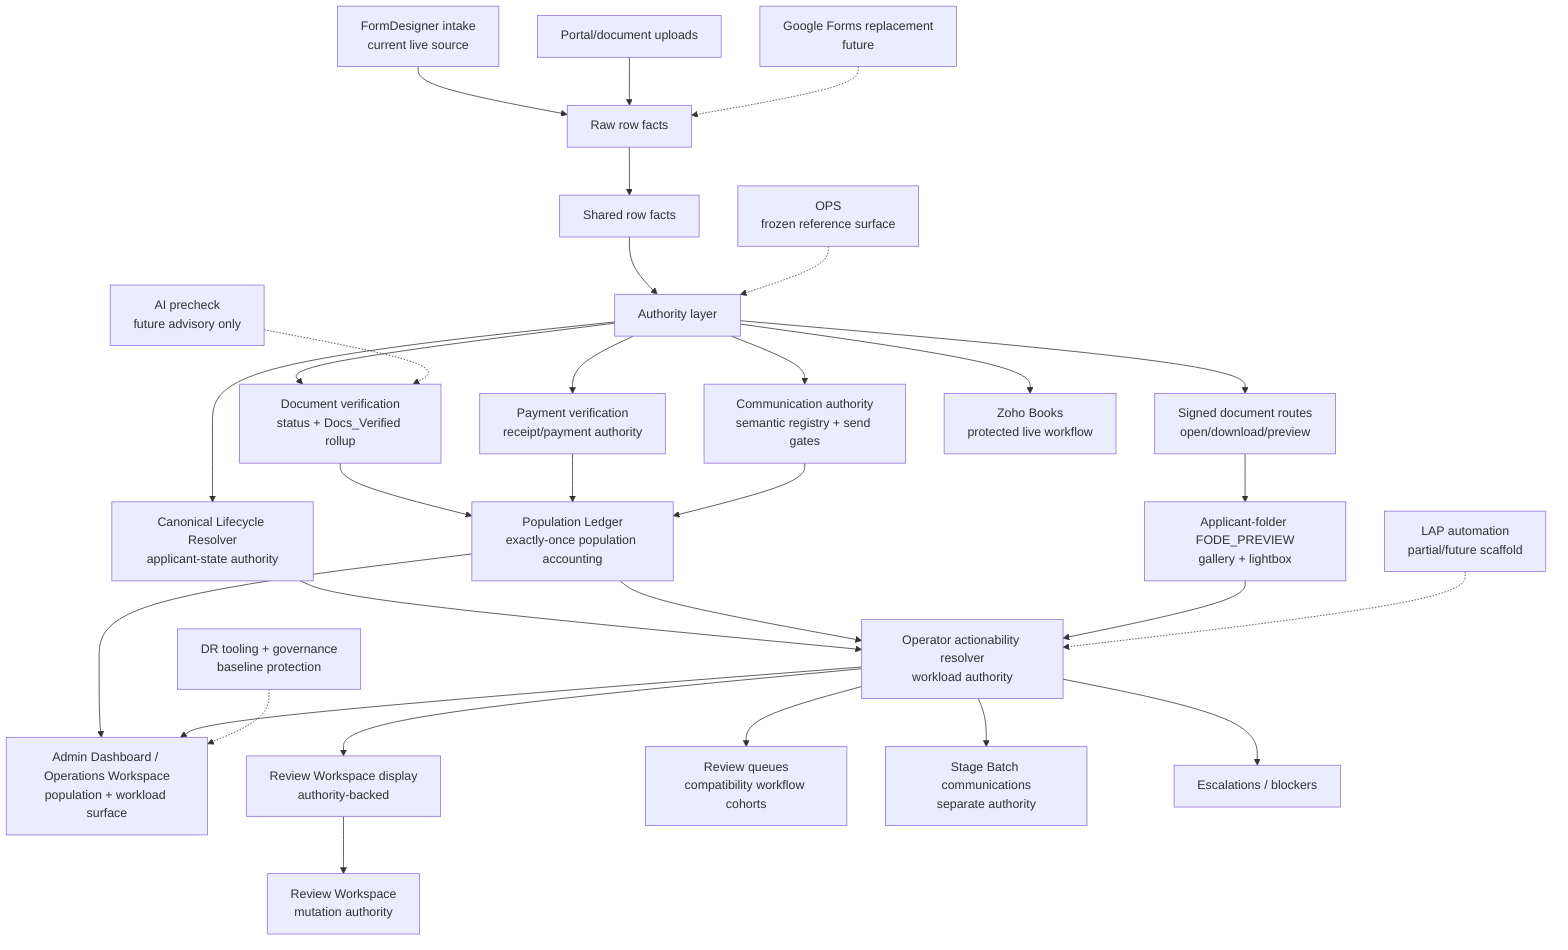
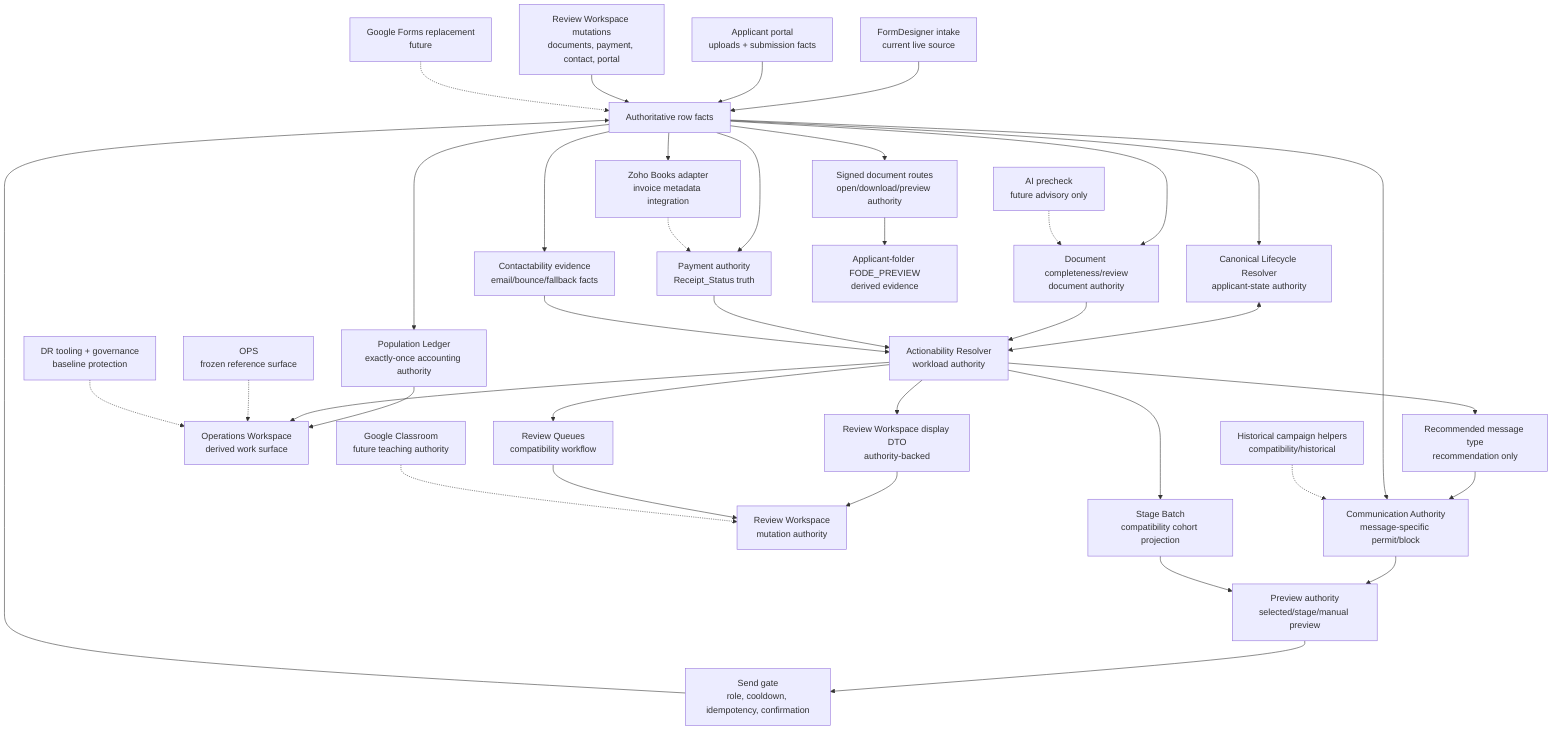
flowchart TD
-   FD["FormDesigner intake<br/>current live source"] --> RF["Raw row facts"]
-   PORTAL["Portal/document uploads"] --> RF
+   FD["FormDesigner intake<br/>current live source"] --> RF["Authoritative row facts"]
+   PORTAL["Applicant portal<br/>uploads + submission facts"] --> RF
+   REVIEWM["Review Workspace mutations<br/>documents, payment, contact, portal"] --> RF
  GF["Google Forms replacement<br/>future"] -.-> RF

-   RF --> SF["Shared row facts"]
-   SF --> AUTH["Authority layer"]
+   RF --> LIFE["Canonical Lifecycle Resolver<br/>applicant-state authority"]
+   RF --> DOC["Document completeness/review<br/>document authority"]
+   RF --> PAY["Payment authority<br/>Receipt_Status truth"]
+   RF --> CONTACT["Contactability evidence<br/>email/bounce/fallback facts"]

-   AUTH --> LIFE["Canonical Lifecycle Resolver<br/>applicant-state authority"]
-   AUTH --> DOC["Document verification<br/>status + Docs_Verified rollup"]
-   AUTH --> PAY["Payment verification<br/>receipt/payment authority"]
-   AUTH --> COMM["Communication authority<br/>semantic registry + send gates"]
-   AUTH --> FILES["Signed document routes<br/>open/download/preview"]
-   AUTH --> ZOHO["Zoho Books<br/>protected live workflow"]
+   LIFE <--> ACTION["Actionability Resolver<br/>workload authority"]
+   DOC --> ACTION
+   PAY --> ACTION
+   CONTACT --> ACTION

-   FILES --> PREVIEW["Applicant-folder FODE_PREVIEW<br/>gallery + lightbox"]
+   ACTION --> COMMREC["Recommended message type<br/>recommendation only"]
+   COMMREC --> COMMAUTH["Communication Authority<br/>message-specific permit/block"]
+   RF --> COMMAUTH
+   COMMAUTH --> PREVIEW["Preview authority<br/>selected/stage/manual preview"]
+   PREVIEW --> SEND["Send gate<br/>role, cooldown, idempotency, confirmation"]
+   SEND --> RF

-   DOC --> LEDGER["Population Ledger<br/>exactly-once population accounting"]
-   PAY --> LEDGER
-   COMM --> LEDGER
-   LIFE --> ACTION["Operator actionability resolver<br/>workload authority"]
-   LEDGER --> ACTION
-   PREVIEW --> ACTION
+   RF --> LEDGER["Population Ledger<br/>exactly-once accounting authority"]
+   LEDGER --> OPSWS["Operations Workspace<br/>derived work surface"]
+   ACTION --> OPSWS
+   ACTION --> REVIEWD["Review Workspace display DTO<br/>authority-backed"]
+   REVIEWD --> REVIEWWS["Review Workspace<br/>mutation authority"]

-   LEDGER --> ADMIN["Admin Dashboard / Operations Workspace<br/>population + workload surface"]
-   ACTION --> ADMIN
-   ACTION --> REVIEW["Review Workspace display<br/>authority-backed"]
-   REVIEW --> MUTATE["Review Workspace<br/>mutation authority"]
-   ACTION --> QUEUES["Review queues<br/>compatibility workflow cohorts"]
-   ACTION --> STAGE["Stage Batch communications<br/>separate authority"]
-   ACTION --> ESC["Escalations / blockers"]
+   ACTION --> STAGE["Stage Batch<br/>compatibility cohort projection"]
+   STAGE --> PREVIEW
+   ACTION --> QUEUES["Review Queues<br/>compatibility workflow"]
+   QUEUES --> REVIEWWS

-   OPS["OPS<br/>frozen reference surface"] -.-> AUTH
-   DR["DR tooling + governance<br/>baseline protection"] -.-> ADMIN
+   RF --> FILES["Signed document routes<br/>open/download/preview authority"]
+   FILES --> GALLERY["Applicant-folder FODE_PREVIEW<br/>derived evidence"]
+ 
+   RF --> ZOHO["Zoho Books adapter<br/>invoice metadata integration"]
+   ZOHO -.-> PAY
+ 
+   OPS["OPS<br/>frozen reference surface"] -.-> OPSWS
+   LEGACY["Historical campaign helpers<br/>compatibility/historical"] -.-> COMMAUTH
+   DR["DR tooling + governance<br/>baseline protection"] -.-> OPSWS
  AI["AI precheck<br/>future advisory only"] -.-> DOC
-   LAP["LAP automation<br/>partial/future scaffold"] -.-> ACTION
+   CLASS["Google Classroom<br/>future teaching authority"] -.-> REVIEWWS
